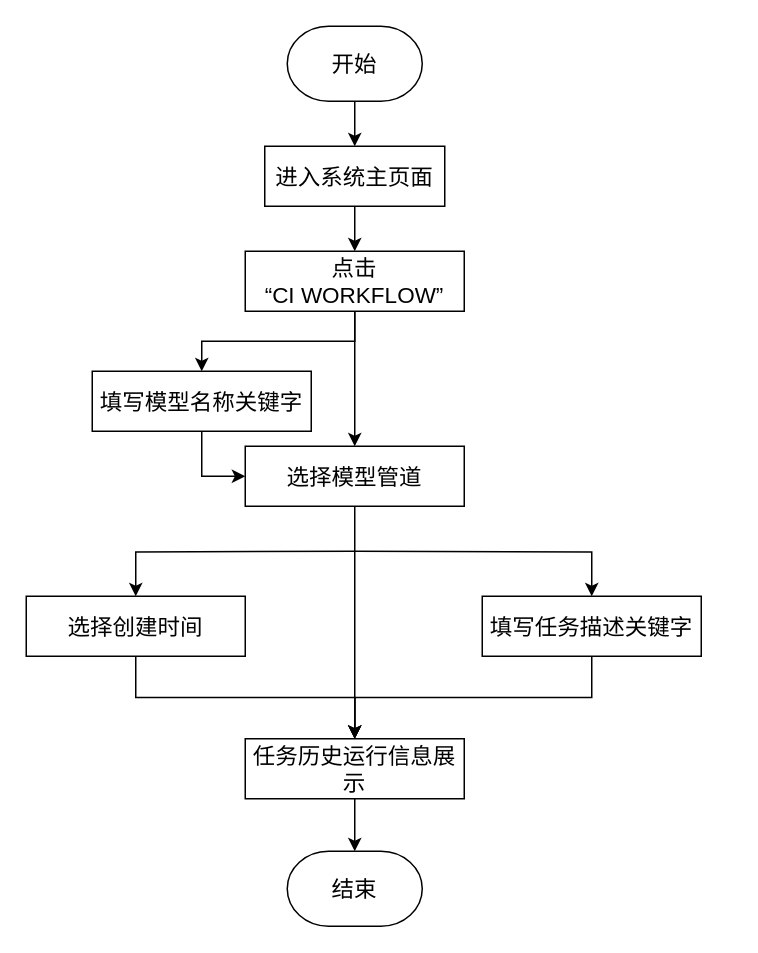
The draw.io diagram 管道集成任务查看流程图.drawio in Sequin-hdd/COINFO, before the edit. Source tidied: cells renumbered, new cells numbered last; positions are measured from the earlier drawing's top-left corner, leaving out a move shared by most shapes. Both pictures are drawn from the tidied source at 150%, with x=0, y=0 at pixel (26, 26).
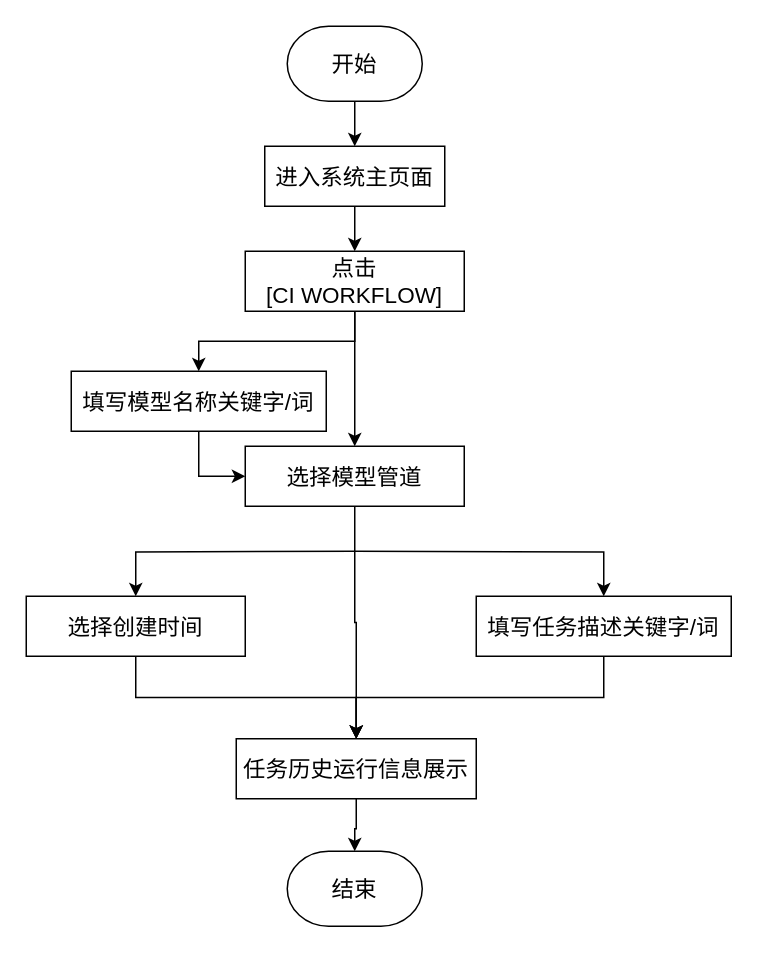
Above is the later version.

Commit message:
更新管道集成任务查看流程图.drawio

Diff of the diagram source:
```diff
@@
-    <mxCell id="8" value="&lt;span style=&quot;font-size: 15px&quot;&gt;点击&lt;br&gt;“CI WORKFLOW”&lt;/span&gt;" style="rounded=0;whiteSpace=wrap;html=1;" parent="1" vertex="1">
+    <mxCell id="8" value="&lt;span style=&quot;font-size: 15px&quot;&gt;点击&lt;br&gt;[CI WORKFLOW]&lt;/span&gt;" style="rounded=0;whiteSpace=wrap;html=1;" parent="1" vertex="1">
       <mxGeometry x="146" y="150" width="146" height="40" as="geometry" />
     </mxCell>
@@
-    <mxCell id="12" value="&lt;span style=&quot;font-size: 15px&quot;&gt;填写任务描述关键字&lt;/span&gt;" style="rounded=0;whiteSpace=wrap;html=1;" parent="1" vertex="1">
-      <mxGeometry x="304" y="380" width="146" height="40" as="geometry" />
+    <mxCell id="12" value="&lt;span style=&quot;font-size: 15px&quot;&gt;填写任务描述关键字/词&lt;/span&gt;" style="rounded=0;whiteSpace=wrap;html=1;" parent="1" vertex="1">
+      <mxGeometry x="300" y="380" width="170" height="40" as="geometry" />
     </mxCell>
@@
     <mxCell id="18" value="&lt;span style=&quot;font-size: 15px&quot;&gt;任务历史运行信息展示&lt;/span&gt;" style="rounded=0;whiteSpace=wrap;html=1;" parent="1" vertex="1">
-      <mxGeometry x="146" y="475" width="146" height="40" as="geometry" />
+      <mxGeometry x="140" y="475" width="160" height="40" as="geometry" />
     </mxCell>
@@
-    <mxCell id="21" value="&lt;span style=&quot;font-size: 15px&quot;&gt;填写模型名称关键字&lt;/span&gt;" style="rounded=0;whiteSpace=wrap;html=1;" parent="1" vertex="1">
-      <mxGeometry x="44" y="230" width="146" height="40" as="geometry" />
+    <mxCell id="21" value="&lt;span style=&quot;font-size: 15px&quot;&gt;填写模型名称关键字/词&lt;/span&gt;" style="rounded=0;whiteSpace=wrap;html=1;" parent="1" vertex="1">
+      <mxGeometry x="30" y="230" width="170" height="40" as="geometry" />
     </mxCell>
```
